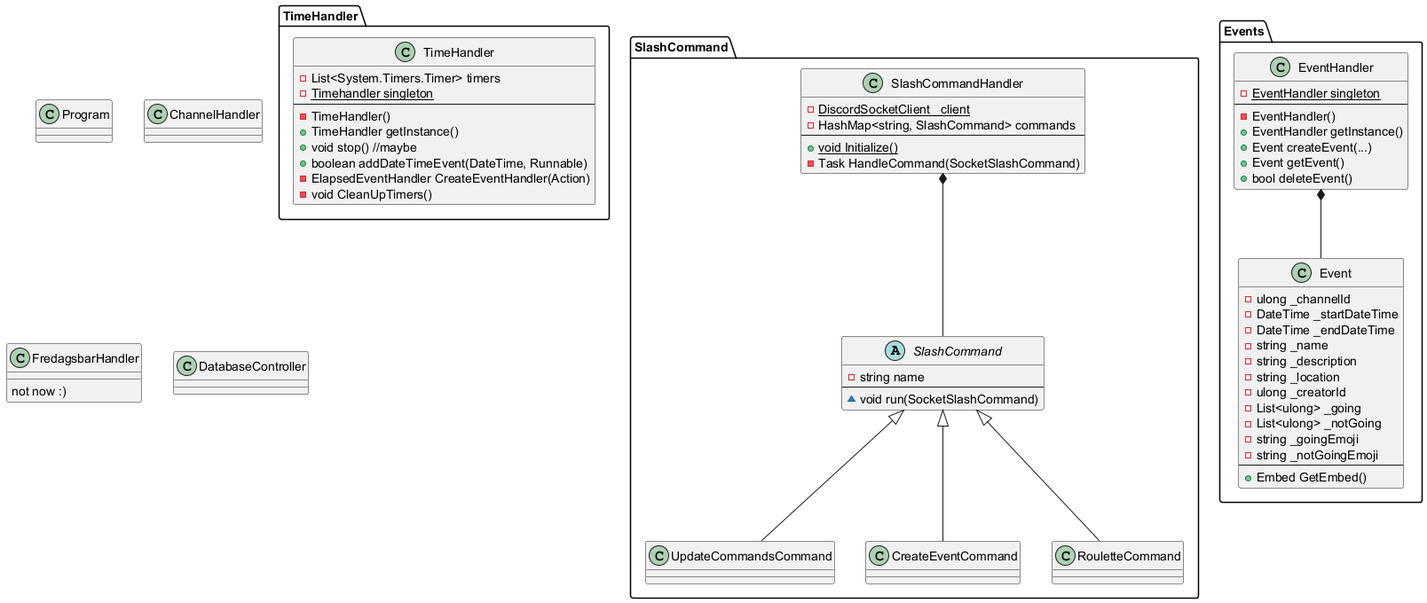
Earlier version of the PlantUML export Class diagram.png (Official-Acki/fredagsbar-discord-bot).
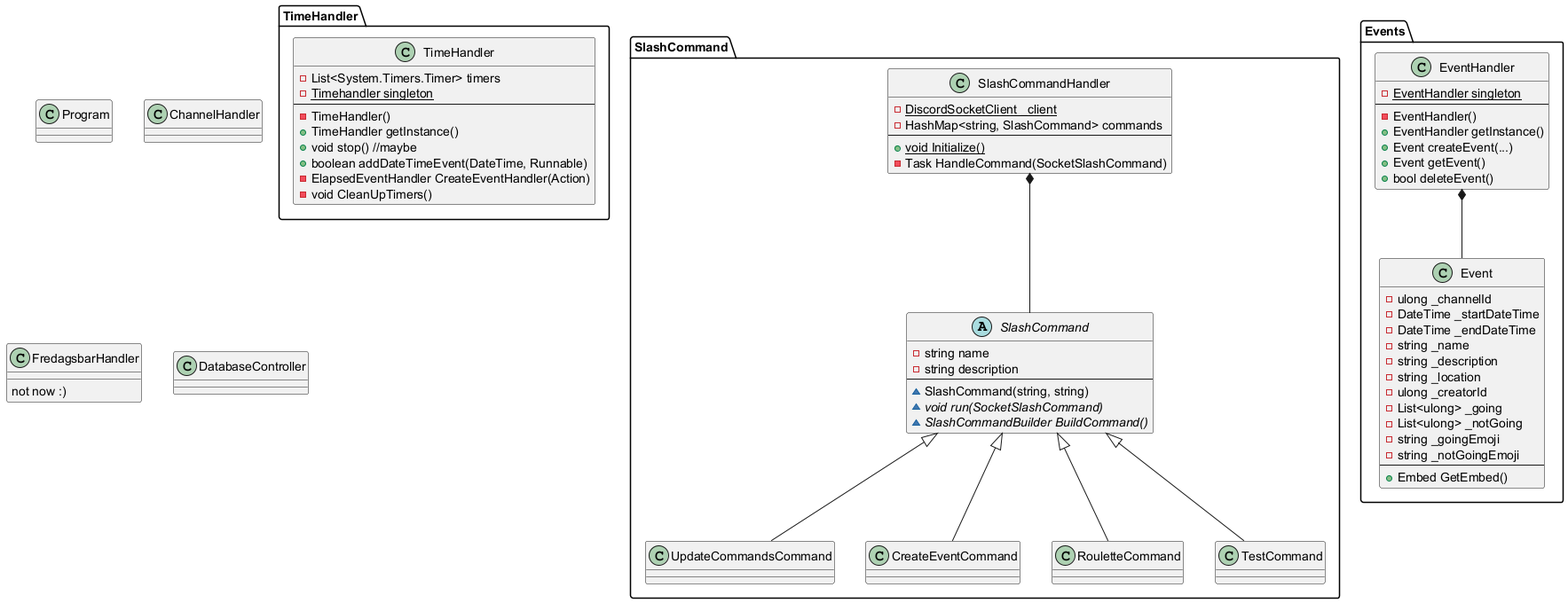
The same file after the commit.

Commit message:
Refactor SlashCommand class to include description parameter in constructor and BuildCommand method

Diff of the diagram source:
```diff
@@ -27,8 +27,11 @@
 
     abstract class SlashCommand {
         - string name
+        - string description
         --
-        ~ void run(SocketSlashCommand)
+        ~ SlashCommand(string, string)
+        ~ {abstract} void run(SocketSlashCommand)
+        ~ {abstract} SlashCommandBuilder BuildCommand()
     }
 
     class UpdateCommandsCommand
@@ -37,12 +40,15 @@
 
     class RouletteCommand
 
+    class TestCommand
+
 
     SlashCommandHandler *-- SlashCommand
 
     SlashCommand <|-- UpdateCommandsCommand
     SlashCommand <|-- CreateEventCommand
     SlashCommand <|-- RouletteCommand
+    SlashCommand <|-- TestCommand
 }
 
 
```
